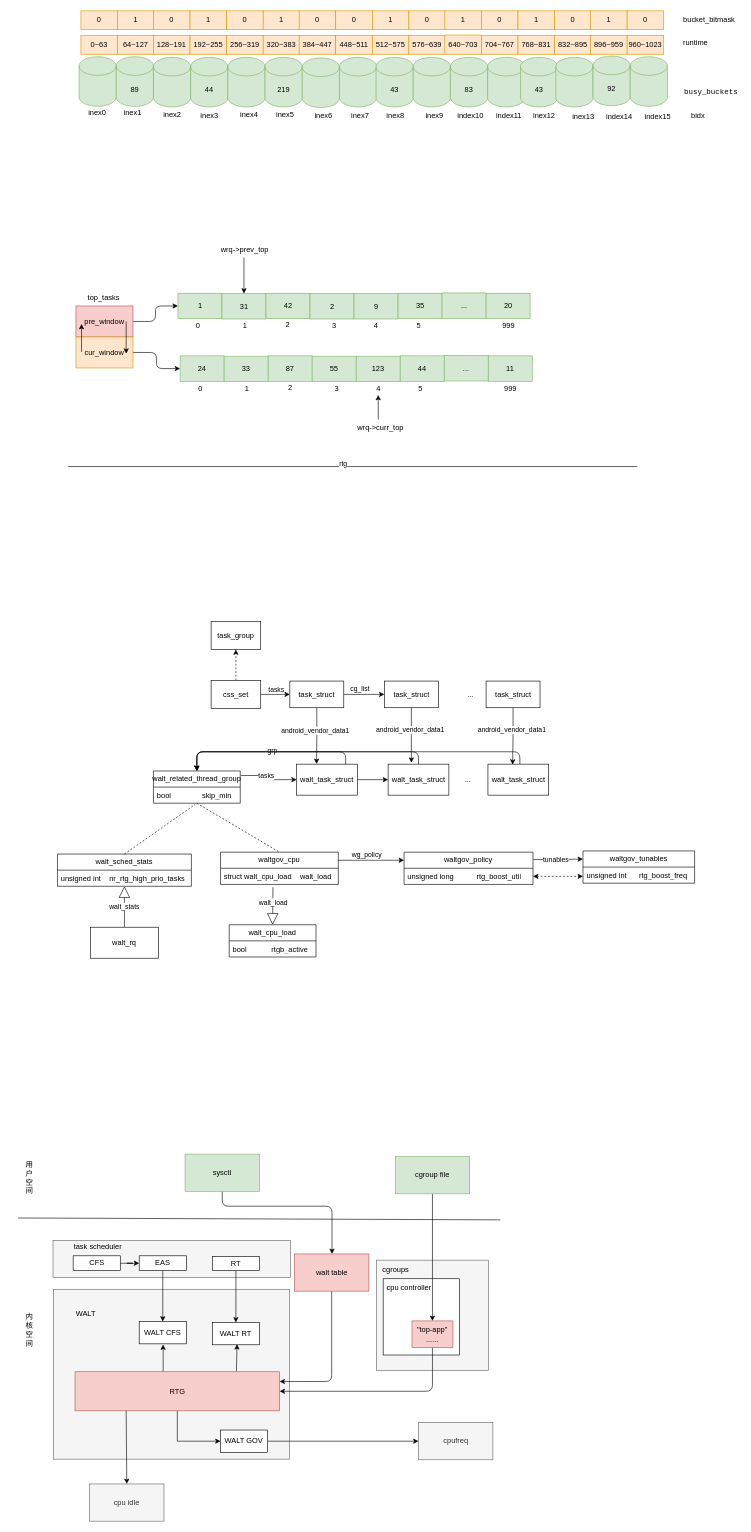
This is walt.drawio from jasonactions/graph, a draw.io file, before an edit. Source tidied: cells renumbered, new cells numbered last; positions are measured from the earlier drawing's top-left corner, leaving out a move shared by most shapes. Both pictures are drawn from the tidied source at 62%, with x=0, y=0 at pixel (11, 11).
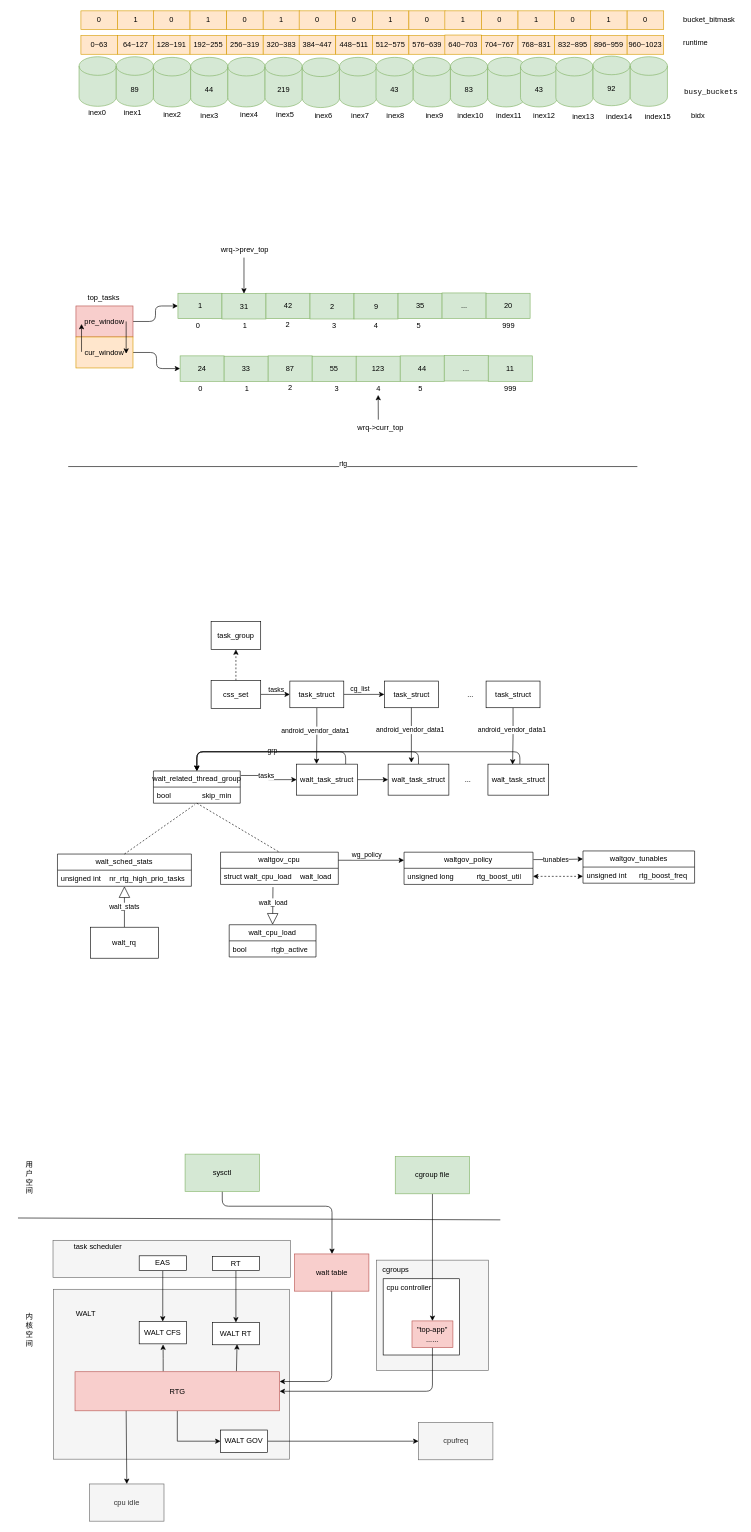
The same diagram, later.

The change refers to these unchanged cells:
```xml
<mxCell id="196" value="EAS" style="rounded=0;whiteSpace=wrap;html=1;" parent="1" vertex="1">
  <mxGeometry x="207" y="2008" width="76" height="24" as="geometry" />
</mxCell>
```

Diff of the diagram source:
```diff
@@
-    <mxCell id="191" style="edgeStyle=orthogonalEdgeStyle;rounded=0;jettySize=auto;html=1;entryX=0;entryY=0.5;entryDx=0;entryDy=0;" parent="1" edge="1" source="192" target="196">
-      <mxGeometry relative="1" as="geometry" />
-    </mxCell>
-    <mxCell id="192" value="CFS" style="rounded=0;whiteSpace=wrap;html=1;" parent="1" vertex="1">
-      <mxGeometry x="100.5" y="2008" width="76" height="24" as="geometry" />
-    </mxCell>
```
